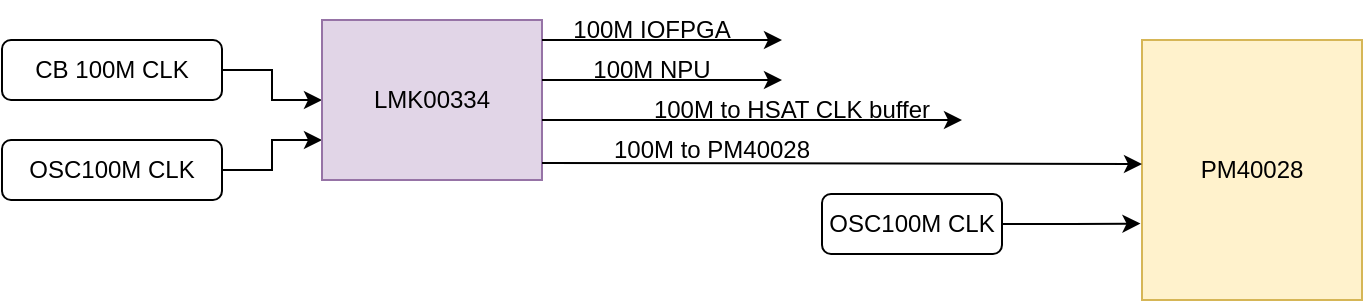
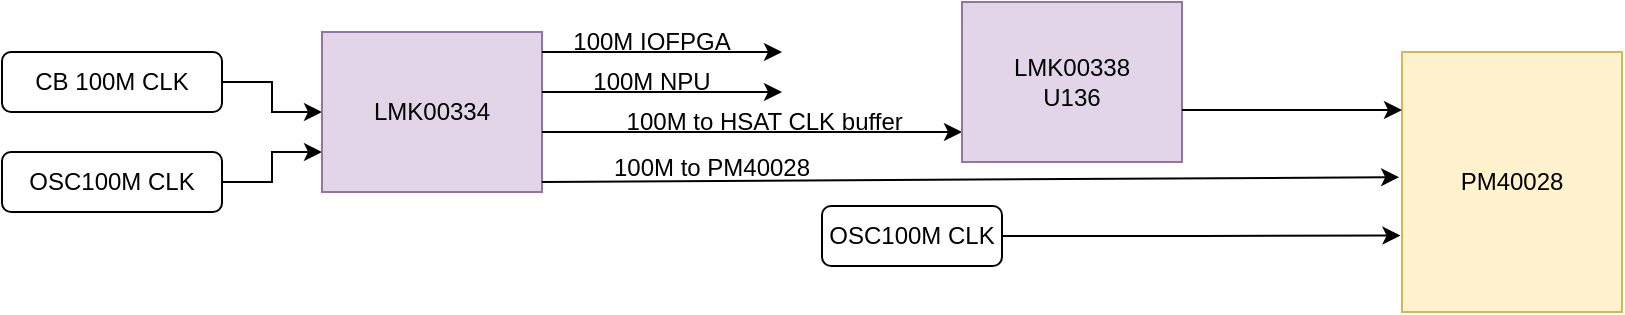
<mxfile host="app.diagrams.net">
  <diagram name="Page-1" id="cJ1i2ZrDSGZ8loSRIs3i">
    <mxGraphModel dx="1005" dy="500" grid="1" gridSize="10" guides="1" tooltips="1" connect="1" arrows="1" fold="1" page="1" pageScale="1" pageWidth="850" pageHeight="1100" math="0" shadow="0">
      <root>
        <mxCell id="0" />
        <mxCell id="1" parent="0" />
        <mxCell id="sCWqNb8X9fbYyOMFXr9O-10" edge="1" parent="1" source="sCWqNb8X9fbYyOMFXr9O-2" style="edgeStyle=orthogonalEdgeStyle;rounded=0;orthogonalLoop=1;jettySize=auto;html=1;exitX=1;exitY=0.5;exitDx=0;exitDy=0;" target="sCWqNb8X9fbYyOMFXr9O-5">
          <mxGeometry relative="1" as="geometry" />
        </mxCell>
        <mxCell id="sCWqNb8X9fbYyOMFXr9O-2" parent="1" style="rounded=1;whiteSpace=wrap;html=1;" value="CB 100M CLK" vertex="1">
          <mxGeometry height="30" width="110" x="200" y="200" as="geometry" />
        </mxCell>
        <mxCell id="sCWqNb8X9fbYyOMFXr9O-9" edge="1" parent="1" source="sCWqNb8X9fbYyOMFXr9O-3" style="edgeStyle=orthogonalEdgeStyle;rounded=0;orthogonalLoop=1;jettySize=auto;html=1;exitX=1;exitY=0.5;exitDx=0;exitDy=0;entryX=0;entryY=0.75;entryDx=0;entryDy=0;" target="sCWqNb8X9fbYyOMFXr9O-5">
          <mxGeometry relative="1" as="geometry" />
        </mxCell>
        <mxCell id="sCWqNb8X9fbYyOMFXr9O-3" parent="1" style="rounded=1;whiteSpace=wrap;html=1;" value="OSC100M CLK" vertex="1">
          <mxGeometry height="30" width="110" x="200" y="250" as="geometry" />
        </mxCell>
        <mxCell id="sCWqNb8X9fbYyOMFXr9O-5" parent="1" style="rounded=0;whiteSpace=wrap;html=1;fillColor=#e1d5e7;strokeColor=#9673a6;" value="&lt;span style=&quot;text-align: left;&quot;&gt;LMK00334&lt;/span&gt;" vertex="1">
          <mxGeometry height="80" width="110" x="360" y="190" as="geometry" />
        </mxCell>
        <mxCell id="sCWqNb8X9fbYyOMFXr9O-11" edge="1" parent="1" style="endArrow=classic;html=1;rounded=0;" value="">
          <mxGeometry height="50" relative="1" width="50" as="geometry">
            <mxPoint x="470" y="200" as="sourcePoint" />
            <mxPoint x="590" y="200" as="targetPoint" />
          </mxGeometry>
        </mxCell>
        <mxCell id="sCWqNb8X9fbYyOMFXr9O-12" parent="1" style="text;html=1;whiteSpace=wrap;strokeColor=none;fillColor=none;align=center;verticalAlign=middle;rounded=0;" value="100M IOFPGA" vertex="1">
          <mxGeometry height="30" width="100" x="475" y="180" as="geometry" />
        </mxCell>
        <mxCell id="sCWqNb8X9fbYyOMFXr9O-13" edge="1" parent="1" style="endArrow=classic;html=1;rounded=0;" value="">
          <mxGeometry height="50" relative="1" width="50" as="geometry">
            <mxPoint x="470" y="220" as="sourcePoint" />
            <mxPoint x="590" y="220" as="targetPoint" />
          </mxGeometry>
        </mxCell>
        <mxCell id="sCWqNb8X9fbYyOMFXr9O-14" parent="1" style="text;html=1;whiteSpace=wrap;strokeColor=none;fillColor=none;align=center;verticalAlign=middle;rounded=0;" value="100M NPU" vertex="1">
          <mxGeometry height="30" width="200" x="425" y="200" as="geometry" />
        </mxCell>
        <mxCell id="sCWqNb8X9fbYyOMFXr9O-17" edge="1" parent="1" style="endArrow=classic;html=1;rounded=0;" value="">
          <mxGeometry height="50" relative="1" width="50" as="geometry">
            <mxPoint x="470" y="240" as="sourcePoint" />
            <mxPoint x="680" y="240" as="targetPoint" />
          </mxGeometry>
        </mxCell>
-         <mxCell id="sCWqNb8X9fbYyOMFXr9O-18" parent="1" style="text;html=1;whiteSpace=wrap;strokeColor=none;fillColor=none;align=center;verticalAlign=middle;rounded=0;" value="100M to HSAT CLK buffer" vertex="1">
-           <mxGeometry height="30" width="230" x="480" y="220" as="geometry" />
+         <mxCell id="sCWqNb8X9fbYyOMFXr9O-18" parent="1" style="text;html=1;whiteSpace=wrap;strokeColor=none;fillColor=none;align=center;verticalAlign=middle;rounded=0;" value="100M to HSAT CLK buffer&amp;nbsp;" vertex="1">
+           <mxGeometry height="30" width="230" x="468" y="220" as="geometry" />
        </mxCell>
        <mxCell id="sCWqNb8X9fbYyOMFXr9O-21" parent="1" style="text;html=1;whiteSpace=wrap;strokeColor=none;fillColor=none;align=center;verticalAlign=middle;rounded=0;" value="100M to PM40028" vertex="1">
-           <mxGeometry height="30" width="230" x="440" y="240" as="geometry" />
+           <mxGeometry height="30" width="230" x="440" y="243" as="geometry" />
        </mxCell>
        <mxCell id="sCWqNb8X9fbYyOMFXr9O-23" parent="1" style="rounded=1;whiteSpace=wrap;html=1;" value="OSC100M CLK" vertex="1">
          <mxGeometry height="30" width="90" x="610" y="277" as="geometry" />
        </mxCell>
        <mxCell id="sCWqNb8X9fbYyOMFXr9O-24" parent="1" style="rounded=0;whiteSpace=wrap;html=1;fillColor=#fff2cc;strokeColor=#d6b656;" value="&lt;span style=&quot;text-align: left;&quot;&gt;PM40028&lt;/span&gt;" vertex="1">
-           <mxGeometry height="130" width="110" x="770" y="200" as="geometry" />
+           <mxGeometry height="130" width="110" x="900" y="200" as="geometry" />
        </mxCell>
        <mxCell id="sCWqNb8X9fbYyOMFXr9O-25" edge="1" parent="1" source="sCWqNb8X9fbYyOMFXr9O-23" style="edgeStyle=orthogonalEdgeStyle;rounded=0;orthogonalLoop=1;jettySize=auto;html=1;exitX=1;exitY=0.5;exitDx=0;exitDy=0;entryX=-0.007;entryY=0.706;entryDx=0;entryDy=0;entryPerimeter=0;" target="sCWqNb8X9fbYyOMFXr9O-24">
          <mxGeometry relative="1" as="geometry" />
        </mxCell>
-         <mxCell id="sCWqNb8X9fbYyOMFXr9O-27" edge="1" parent="1" style="endArrow=classic;html=1;rounded=0;entryX=0;entryY=0.5;entryDx=0;entryDy=0;" value="">
+         <mxCell id="sCWqNb8X9fbYyOMFXr9O-28" parent="1" style="rounded=0;whiteSpace=wrap;html=1;fillColor=#e1d5e7;strokeColor=#9673a6;" value="&lt;span style=&quot;text-align: left;&quot;&gt;LMK00338&lt;/span&gt;&lt;div&gt;&lt;span style=&quot;text-align: left;&quot;&gt;U136&lt;/span&gt;&lt;/div&gt;" vertex="1">
+           <mxGeometry height="80" width="110" x="680" y="175" as="geometry" />
+         </mxCell>
+         <mxCell id="sCWqNb8X9fbYyOMFXr9O-30" edge="1" parent="1" style="endArrow=classic;html=1;rounded=0;exitX=0.13;exitY=0.667;exitDx=0;exitDy=0;exitPerimeter=0;entryX=-0.013;entryY=0.443;entryDx=0;entryDy=0;entryPerimeter=0;" value="">
          <mxGeometry height="50" relative="1" width="50" as="geometry">
-             <mxPoint x="470" y="261.5" as="sourcePoint" />
-             <mxPoint x="770" y="262" as="targetPoint" />
+             <mxPoint x="469.9000000000001" y="265.01" as="sourcePoint" />
+             <mxPoint x="898.5699999999999" y="262.59000000000003" as="targetPoint" />
+           </mxGeometry>
+         </mxCell>
+         <mxCell id="sCWqNb8X9fbYyOMFXr9O-31" edge="1" parent="1" style="endArrow=classic;html=1;rounded=0;" value="">
+           <mxGeometry height="50" relative="1" width="50" as="geometry">
+             <mxPoint x="790" y="229" as="sourcePoint" />
+             <mxPoint x="900" y="229" as="targetPoint" />
          </mxGeometry>
        </mxCell>
      </root>
    </mxGraphModel>
  </diagram>
</mxfile>
